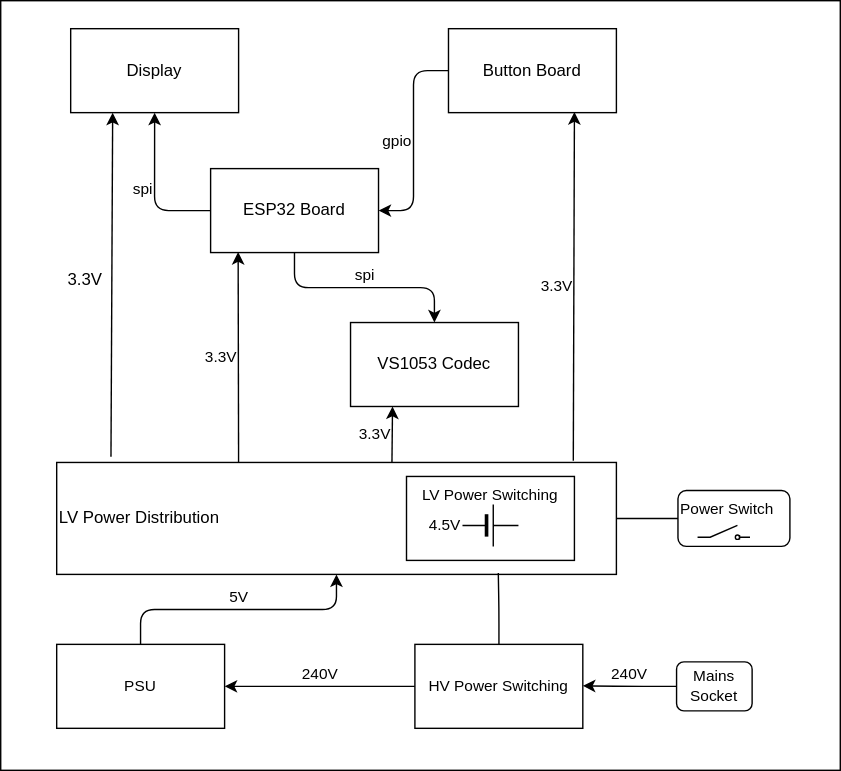
Above: hardware/system/System.drawio.svg in adoble/rusty-radio (draw.io), before the change. Source tidied: cells renumbered, new cells last; positions are measured from the earlier drawing's top-left corner, leaving out a move shared by most shapes.
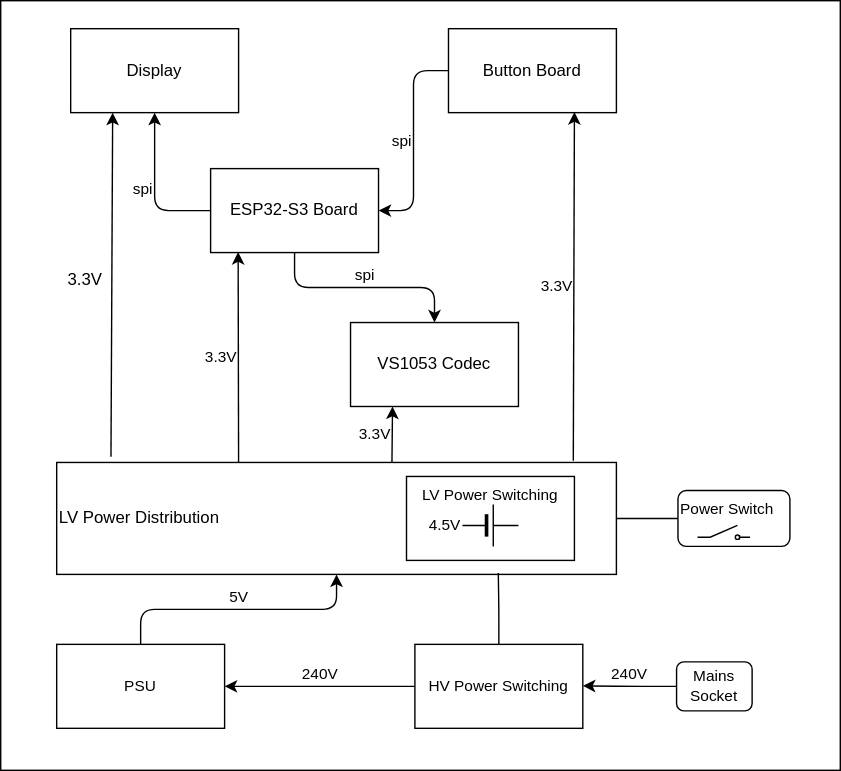
Above is the later version.

Commit message:
Updated system diagram

What changed in the source:
```diff
@@ -5,13 +5,13 @@
     <mxCell id="2" style="rounded=0;whiteSpace=wrap;html=1;strokeColor=#000000;fontFamily=Helvetica;fontSize=11;fontColor=#000000;fillColor=none;" parent="1" vertex="1">
       <mxGeometry width="600" height="550" as="geometry" />
     </mxCell>
-    <mxCell id="3" value="gpio" style="edgeStyle=orthogonalEdgeStyle;html=1;fontFamily=Helvetica;endArrow=classic;endFill=1;entryX=1;entryY=0.5;entryDx=0;entryDy=0;strokeColor=#000000;fillColor=#6a00ff;labelBackgroundColor=none;align=right;fontColor=#000000;" parent="1" edge="1" source="8" target="5">
+    <mxCell id="3" value="spi" style="edgeStyle=orthogonalEdgeStyle;html=1;fontFamily=Helvetica;endArrow=classic;endFill=1;entryX=1;entryY=0.5;entryDx=0;entryDy=0;strokeColor=#000000;fillColor=#6a00ff;labelBackgroundColor=none;align=right;fontColor=#000000;" parent="1" edge="1" source="8" target="5">
       <mxGeometry relative="1" as="geometry" />
     </mxCell>
     <mxCell id="4" value="spi&lt;br&gt;" style="edgeStyle=orthogonalEdgeStyle;html=1;fontFamily=Helvetica;endArrow=classic;endFill=1;strokeColor=#000000;fillColor=#6a00ff;labelBackgroundColor=none;align=center;fontColor=#000000;labelPosition=center;verticalLabelPosition=top;verticalAlign=bottom;" parent="1" edge="1" source="5" target="9">
       <mxGeometry relative="1" as="geometry" />
     </mxCell>
-    <mxCell id="5" value="ESP32 Board" style="rounded=0;whiteSpace=wrap;html=1;fontFamily=Helvetica;fillColor=#FFFFFF;strokeColor=#000000;fontColor=#000000;" parent="1" vertex="1">
+    <mxCell id="5" value="ESP32-S3 Board" style="rounded=0;whiteSpace=wrap;html=1;fontFamily=Helvetica;fillColor=#FFFFFF;strokeColor=#000000;fontColor=#000000;" parent="1" vertex="1">
       <mxGeometry x="150" y="120" width="120" height="60" as="geometry" />
     </mxCell>
     <mxCell id="6" value="spi" style="edgeStyle=orthogonalEdgeStyle;html=1;fontFamily=Helvetica;endArrow=classic;endFill=1;entryX=0.5;entryY=1;entryDx=0;entryDy=0;exitX=0;exitY=0.5;exitDx=0;exitDy=0;fillColor=#6a00ff;strokeColor=#000000;labelBackgroundColor=none;fontColor=#000000;labelPosition=left;verticalLabelPosition=middle;align=right;verticalAlign=middle;" parent="1" edge="1" source="5" target="7">
```
